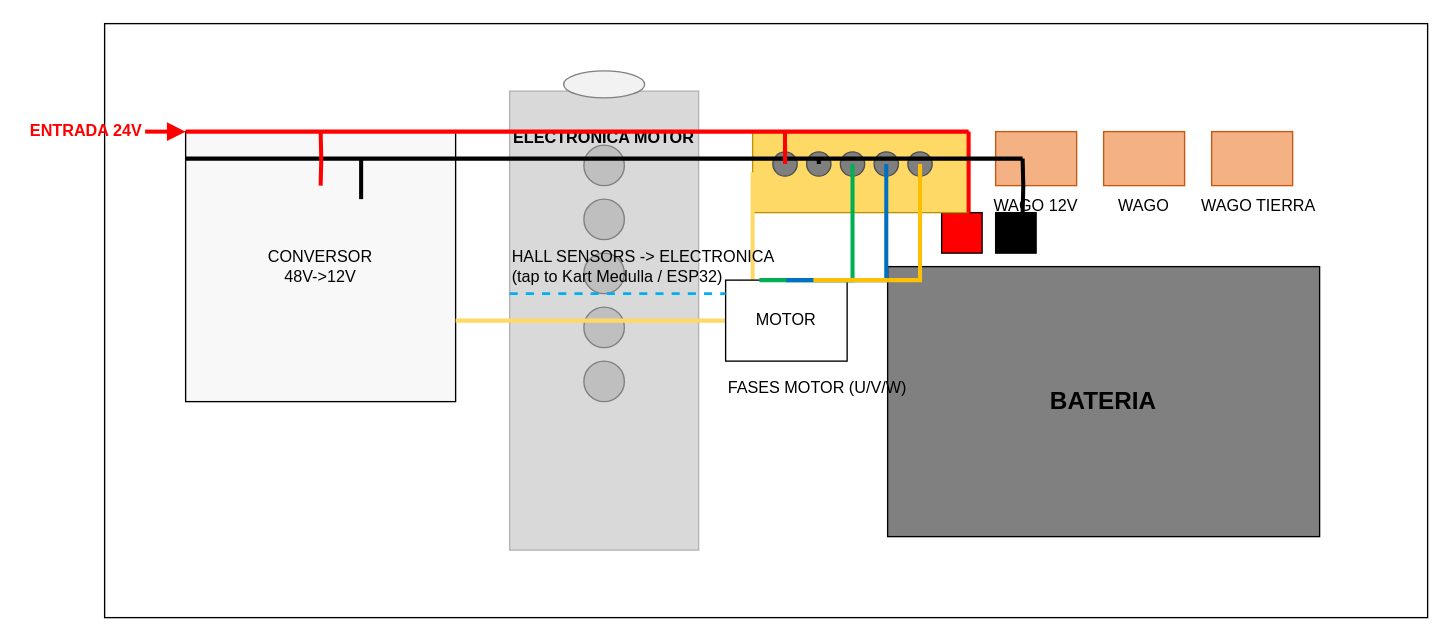
This is docs/assembly/electronics/wiring/images/power-entry.drawio from UM-Driverless/kart_docs, a draw.io file, before an edit. Source tidied: cells renumbered, new cells numbered last; positions are measured from the earlier drawing's top-left corner, leaving out a move shared by most shapes. Both pictures are drawn from the tidied source at 135%, with x=0, y=0 at pixel (23, 23).
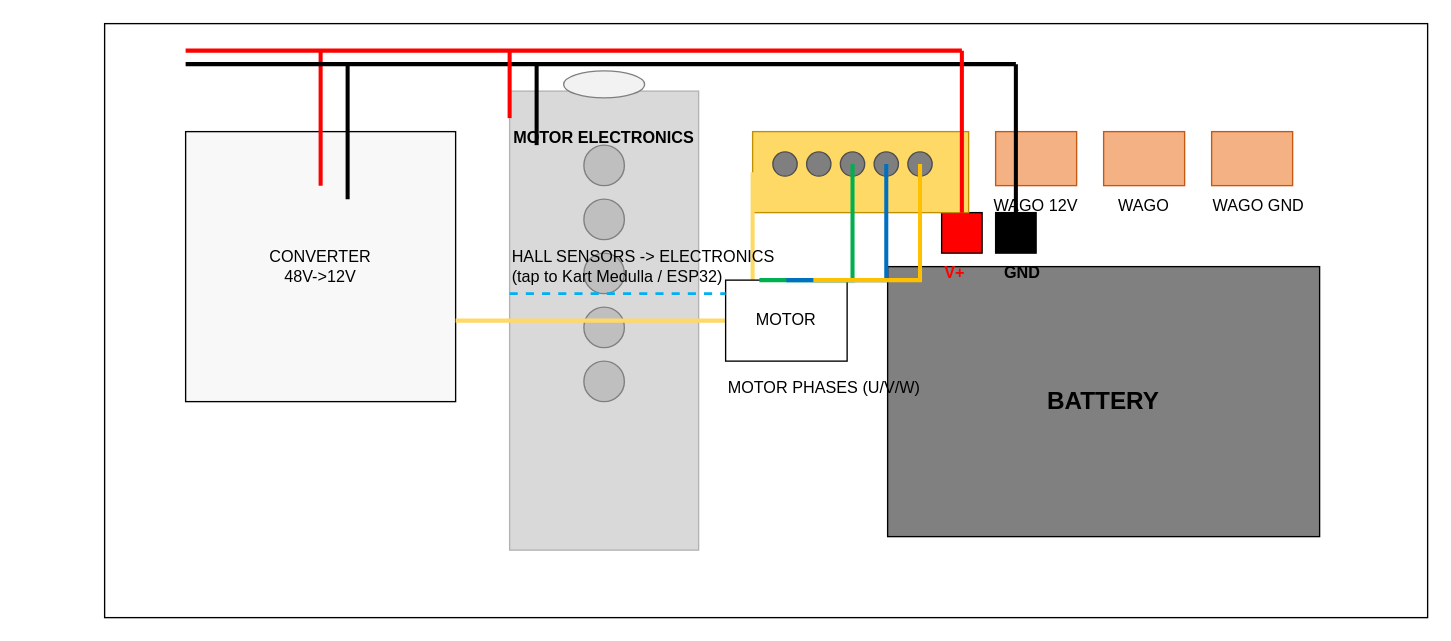
Above is the later version.

Commit message (it also covers changes not shown here):
Refine power entry wiring diagram

What changed in the source:
```diff
@@
-    <mxCell id="3" value="CONVERSOR&#10;48V-&gt;12V" style="rounded=0;whiteSpace=wrap;html=1;fillColor=#f8f8f8;strokeColor=#000000;align=center;" parent="1" vertex="1">
+    <mxCell id="3" value="CONVERTER&#10;48V-&gt;12V" style="rounded=0;whiteSpace=wrap;html=1;fillColor=#f8f8f8;strokeColor=#000000;align=center;" parent="1" vertex="1">
       <mxGeometry x="120" y="80" width="200" height="200" as="geometry" />
     </mxCell>
@@
-    <mxCell id="5" value="ELECTRONICA MOTOR" style="text;html=1;align=center;verticalAlign=middle;whiteSpace=wrap;strokeColor=none;fillColor=none;fontStyle=1;" parent="1" vertex="1">
+    <mxCell id="5" value="MOTOR ELECTRONICS" style="text;html=1;align=center;verticalAlign=middle;whiteSpace=wrap;strokeColor=none;fillColor=none;fontStyle=1;" parent="1" vertex="1">
       <mxGeometry x="360" y="70" width="140" height="30" as="geometry" />
     </mxCell>
@@
-    <mxCell id="12" value="BATERIA" style="rounded=0;whiteSpace=wrap;html=1;fillColor=#808080;strokeColor=#000000;fontSize=18;fontStyle=1;align=center;" parent="1" vertex="1">
+    <mxCell id="12" value="BATTERY" style="rounded=0;whiteSpace=wrap;html=1;fillColor=#808080;strokeColor=#000000;fontSize=18;fontStyle=1;align=center;" parent="1" vertex="1">
       <mxGeometry x="640" y="180" width="320" height="200" as="geometry" />
     </mxCell>
@@
-    <mxCell id="26" value="WAGO TIERRA" style="text;html=1;align=center;verticalAlign=middle;whiteSpace=wrap;strokeColor=none;fillColor=none;" parent="1" vertex="1">
+    <mxCell id="26" value="WAGO GND" style="text;html=1;align=center;verticalAlign=middle;whiteSpace=wrap;strokeColor=none;fillColor=none;" parent="1" vertex="1">
       <mxGeometry x="860" y="125" width="110" height="20" as="geometry" />
     </mxCell>
-    <mxCell id="27" value="ENTRADA 24V" style="text;html=1;align=right;verticalAlign=middle;whiteSpace=wrap;strokeColor=none;fillColor=none;fontColor=#ff0000;fontStyle=1;" parent="1" vertex="1">
-      <mxGeometry y="70" width="90" height="20" as="geometry" />
+    <mxCell id="27" value="V+" style="text;html=1;align=center;verticalAlign=middle;whiteSpace=wrap;strokeColor=none;fillColor=none;fontStyle=1;fontColor=#ff0000;" parent="1" vertex="1">
+      <mxGeometry x="670" y="175" width="40" height="20" as="geometry" />
     </mxCell>
-    <mxCell id="28" style="edgeStyle=orthogonalEdgeStyle;rounded=0;orthogonalLoop=1;jettySize=auto;html=1;endArrow=block;endFill=1;strokeColor=#ff0000;strokeWidth=3;" parent="1" edge="1">
-      <mxGeometry relative="1" as="geometry">
-        <mxPoint x="90" y="80" as="sourcePoint" />
-        <mxPoint x="120" y="80" as="targetPoint" />
-      </mxGeometry>
+    <mxCell id="28" value="GND" style="text;html=1;align=center;verticalAlign=middle;whiteSpace=wrap;strokeColor=none;fillColor=none;fontStyle=1;" parent="1" vertex="1">
+      <mxGeometry x="715" y="175" width="50" height="20" as="geometry" />
     </mxCell>
     <mxCell id="29" style="edgeStyle=orthogonalEdgeStyle;rounded=0;orthogonalLoop=1;jettySize=auto;html=1;endArrow=none;endFill=0;strokeColor=#ff0000;strokeWidth=3;" parent="1" edge="1">
       <mxGeometry relative="1" as="geometry">
-        <mxPoint x="120" y="80" as="sourcePoint" />
-        <mxPoint x="700" y="80" as="targetPoint" />
+        <mxPoint x="120" y="20" as="sourcePoint" />
+        <mxPoint x="695" y="20" as="targetPoint" />
       </mxGeometry>
     </mxCell>
     <mxCell id="30" style="edgeStyle=orthogonalEdgeStyle;rounded=0;orthogonalLoop=1;jettySize=auto;html=1;endArrow=none;endFill=0;strokeColor=#ff0000;strokeWidth=3;" parent="1" edge="1">
       <mxGeometry relative="1" as="geometry">
-        <mxPoint x="700" y="80" as="sourcePoint" />
-        <mxPoint x="700" y="140" as="targetPoint" />
+        <mxPoint x="220" y="20" as="sourcePoint" />
+        <mxPoint x="220" y="120" as="targetPoint" />
       </mxGeometry>
     </mxCell>
     <mxCell id="31" style="edgeStyle=orthogonalEdgeStyle;rounded=0;orthogonalLoop=1;jettySize=auto;html=1;endArrow=none;endFill=0;strokeColor=#000000;strokeWidth=3;" parent="1" edge="1">
       <mxGeometry relative="1" as="geometry">
-        <mxPoint x="120" y="100" as="sourcePoint" />
-        <mxPoint x="740" y="100" as="targetPoint" />
+        <mxPoint x="120" y="30" as="sourcePoint" />
+        <mxPoint x="735" y="30" as="targetPoint" />
       </mxGeometry>
     </mxCell>
     <mxCell id="32" style="edgeStyle=orthogonalEdgeStyle;rounded=0;orthogonalLoop=1;jettySize=auto;html=1;endArrow=none;endFill=0;strokeColor=#000000;strokeWidth=3;" parent="1" edge="1">
       <mxGeometry relative="1" as="geometry">
-        <mxPoint x="740" y="100" as="sourcePoint" />
-        <mxPoint x="740" y="140" as="targetPoint" />
+        <mxPoint x="240" y="30" as="sourcePoint" />
+        <mxPoint x="240" y="130" as="targetPoint" />
       </mxGeometry>
     </mxCell>
+    <mxCell id="41" style="edgeStyle=orthogonalEdgeStyle;rounded=0;orthogonalLoop=1;jettySize=auto;html=1;endArrow=none;endFill=0;strokeColor=#ff0000;strokeWidth=3;" parent="1" edge="1">
+      <mxGeometry relative="1" as="geometry">
+        <mxPoint x="360" y="20" as="sourcePoint" />
+        <mxPoint x="360" y="70" as="targetPoint" />
+      </mxGeometry>
+    </mxCell>
+    <mxCell id="42" style="edgeStyle=orthogonalEdgeStyle;rounded=0;orthogonalLoop=1;jettySize=auto;html=1;endArrow=none;endFill=0;strokeColor=#000000;strokeWidth=3;" parent="1" edge="1">
+      <mxGeometry relative="1" as="geometry">
+        <mxPoint x="380" y="30" as="sourcePoint" />
+        <mxPoint x="380" y="90" as="targetPoint" />
+      </mxGeometry>
+    </mxCell>
+    <mxCell id="43" style="edgeStyle=orthogonalEdgeStyle;rounded=0;orthogonalLoop=1;jettySize=auto;html=1;endArrow=none;endFill=0;strokeColor=#ff0000;strokeWidth=3;" parent="1" edge="1">
+      <mxGeometry relative="1" as="geometry">
+        <mxPoint x="695" y="20" as="sourcePoint" />
+        <mxPoint x="695" y="140" as="targetPoint" />
+      </mxGeometry>
+    </mxCell>
+    <mxCell id="44" style="edgeStyle=orthogonalEdgeStyle;rounded=0;orthogonalLoop=1;jettySize=auto;html=1;endArrow=none;endFill=0;strokeColor=#000000;strokeWidth=3;" parent="1" edge="1">
+      <mxGeometry relative="1" as="geometry">
+        <mxPoint x="735" y="30" as="sourcePoint" />
+        <mxPoint x="735" y="140" as="targetPoint" />
+      </mxGeometry>
+    </mxCell>
@@
-    <mxCell id="35" value="FASES MOTOR (U/V/W)" style="text;html=1;align=left;verticalAlign=middle;whiteSpace=wrap;strokeColor=none;fillColor=none;" parent="1" vertex="1">
+    <mxCell id="35" value="MOTOR PHASES (U/V/W)" style="text;html=1;align=left;verticalAlign=middle;whiteSpace=wrap;strokeColor=none;fillColor=none;" parent="1" vertex="1">
       <mxGeometry x="520" y="260" width="180" height="20" as="geometry" />
     </mxCell>
-    <mxCell id="36" value="HALL SENSORS -&gt; ELECTRONICA&#10;(tap to Kart Medulla / ESP32)" style="text;html=1;align=left;verticalAlign=middle;whiteSpace=wrap;strokeColor=none;fillColor=none;" parent="1" vertex="1">
+    <mxCell id="36" value="HALL SENSORS -&gt; ELECTRONICS&#10;(tap to Kart Medulla / ESP32)" style="text;html=1;align=left;verticalAlign=middle;whiteSpace=wrap;strokeColor=none;fillColor=none;" parent="1" vertex="1">
       <mxGeometry x="360" y="160" width="240" height="40" as="geometry" />
     </mxCell>
@@
-    <mxCell id="41" style="edgeStyle=orthogonalEdgeStyle;rounded=0;orthogonalLoop=1;jettySize=auto;html=1;endArrow=none;endFill=0;strokeColor=#ff0000;strokeWidth=3;" parent="1" edge="1">
-      <mxGeometry relative="1" as="geometry">
-        <mxPoint x="220" y="80" as="sourcePoint" />
-        <mxPoint x="220" y="120" as="targetPoint" />
-      </mxGeometry>
-    </mxCell>
-    <mxCell id="42" style="edgeStyle=orthogonalEdgeStyle;rounded=0;orthogonalLoop=1;jettySize=auto;html=1;endArrow=none;endFill=0;strokeColor=#000000;strokeWidth=3;" parent="1" edge="1">
-      <mxGeometry relative="1" as="geometry">
-        <mxPoint x="589" y="100" as="sourcePoint" />
-        <mxPoint x="589" y="104" as="targetPoint" />
-      </mxGeometry>
-    </mxCell>
-    <mxCell id="43" style="edgeStyle=orthogonalEdgeStyle;rounded=0;orthogonalLoop=1;jettySize=auto;html=1;endArrow=none;endFill=0;strokeColor=#ff0000;strokeWidth=3;" parent="1" edge="1">
-      <mxGeometry relative="1" as="geometry">
-        <mxPoint x="564" y="80" as="sourcePoint" />
-        <mxPoint x="564" y="104" as="targetPoint" />
-      </mxGeometry>
-    </mxCell>
-    <mxCell id="44" style="edgeStyle=orthogonalEdgeStyle;rounded=0;orthogonalLoop=1;jettySize=auto;html=1;endArrow=none;endFill=0;strokeColor=#000000;strokeWidth=3;" parent="1" edge="1">
-      <mxGeometry relative="1" as="geometry">
-        <mxPoint x="250" y="100" as="sourcePoint" />
-        <mxPoint x="250" y="130" as="targetPoint" />
-      </mxGeometry>
-    </mxCell>
```
